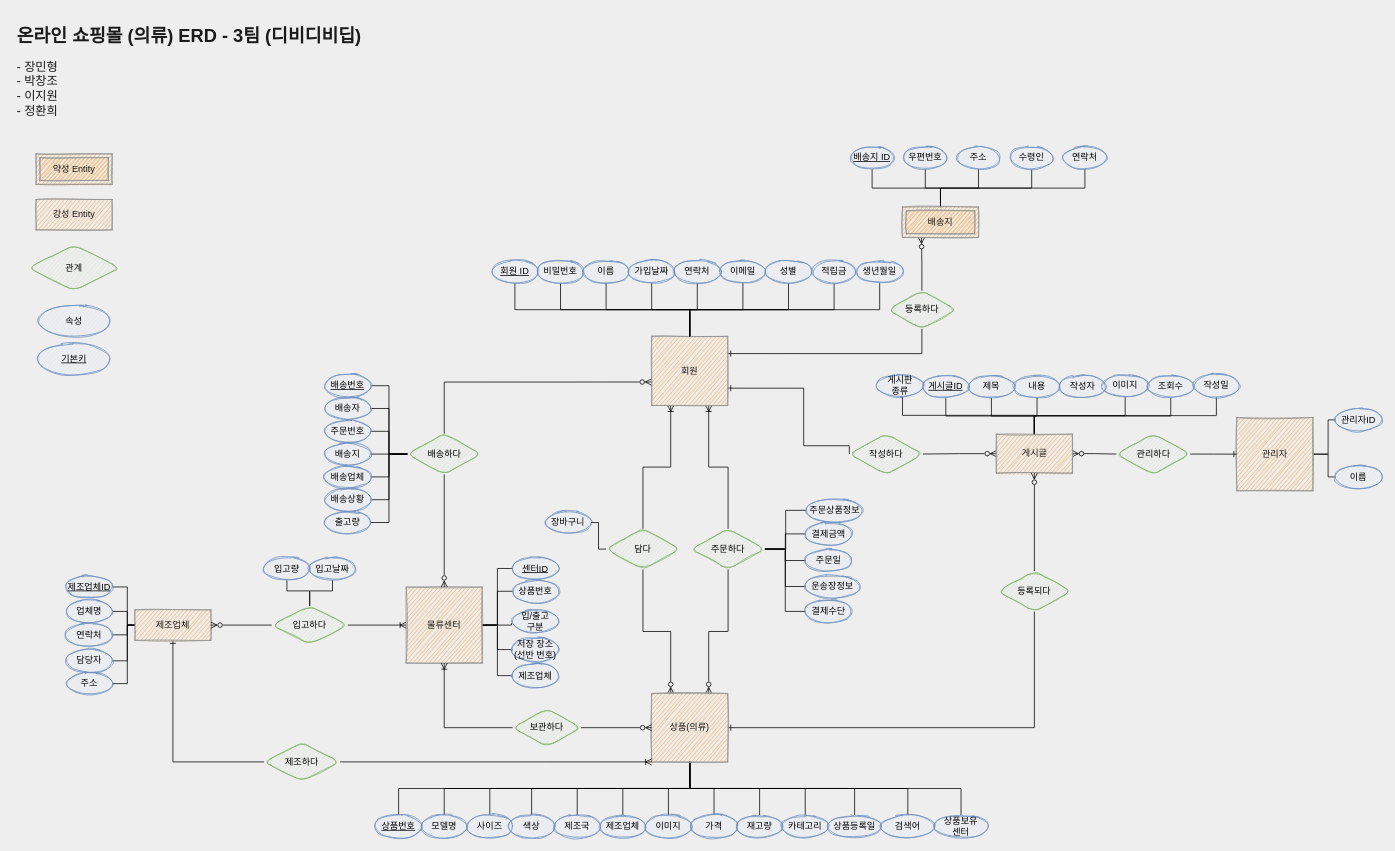
Earlier version of the draw.io diagram page "새로만든ER" (3 of 3) of Untitled Diagram.drawio (pcjo1202/DataBase-design). Source tidied: cells renumbered, new cells numbered last; positions are measured from the earlier drawing's top-left corner, leaving out a move shared by most shapes. Both pictures are drawn from the tidied source at 76%, with x=0, y=0 at pixel (13, 21).
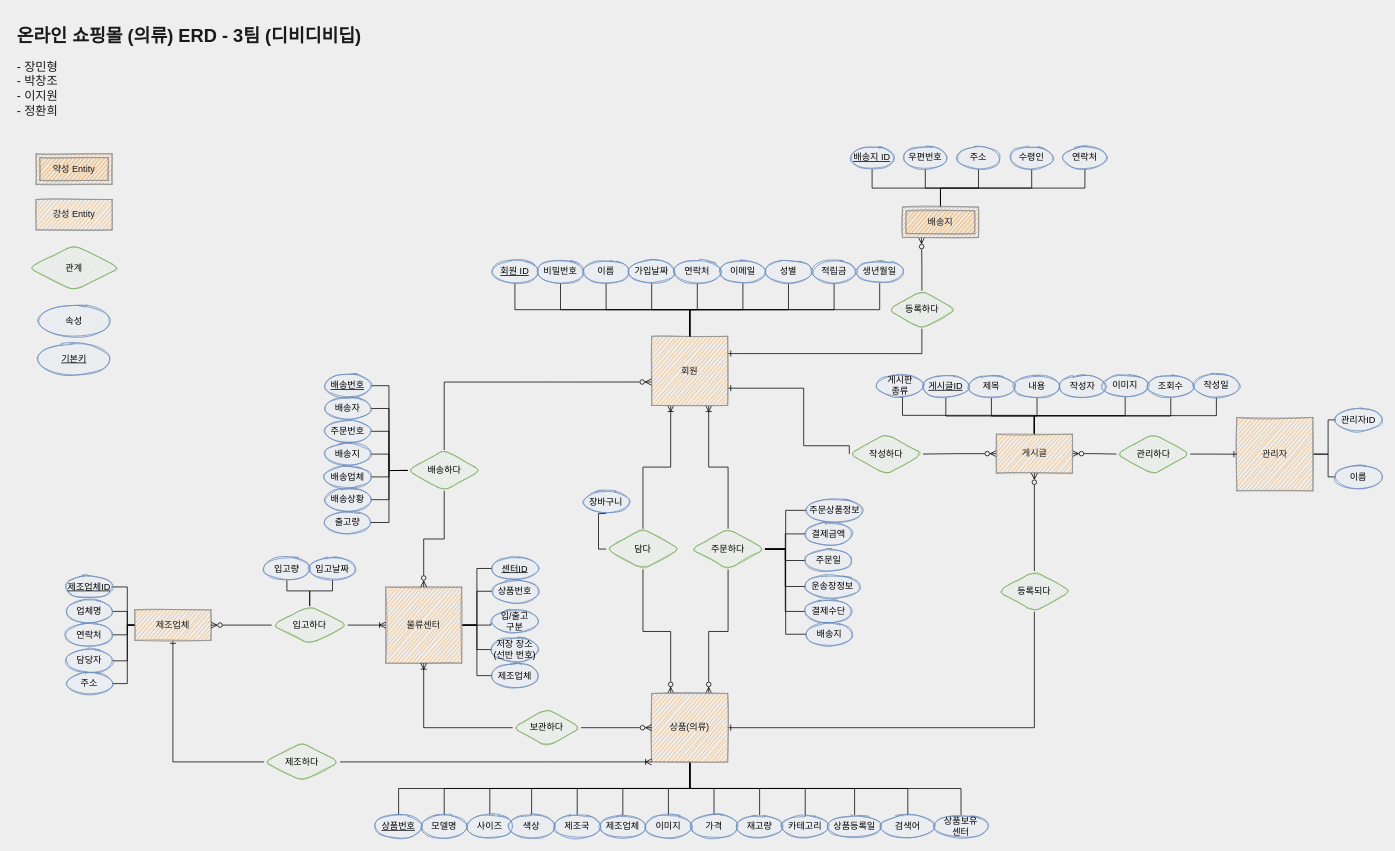
The same page after the edit.

Unchanged cells that the change refers to:
```xml
<mxCell id="10" value="주문하다" style="shape=rhombus;perimeter=rhombusPerimeter;whiteSpace=wrap;html=1;align=center;fillColor=#d5e8d4;strokeColor=#82b366;sketch=1;rounded=1;" parent="1" vertex="1">
  <mxGeometry x="892" y="668.2" width="97" height="53.5" as="geometry" />
</mxCell>
<mxCell id="169" value="담다" style="shape=rhombus;perimeter=rhombusPerimeter;whiteSpace=wrap;html=1;align=center;fillColor=#d5e8d4;strokeColor=#82b366;sketch=1;rounded=1;" parent="1" vertex="1">
  <mxGeometry x="780" y="668.2" width="97" height="53.5" as="geometry" />
</mxCell>
```

Diff of the diagram source:
```diff
@@
+    <mxCell id="170" style="edgeStyle=orthogonalEdgeStyle;rounded=0;jettySize=auto;html=1;exitX=1;exitY=0.5;exitDx=0;exitDy=0;entryX=0;entryY=0.5;entryDx=0;entryDy=0;startArrow=none;startFill=0;endArrow=none;endFill=0;" parent="1" edge="1" source="10" target="172">
+      <mxGeometry relative="1" as="geometry" />
+    </mxCell>
@@
     <mxCell id="63" value="물류센터" style="whiteSpace=wrap;html=1;align=center;rounded=0;sketch=1;fontColor=#1A1A1A;strokeColor=#909090;fillColor=#F5AB50;" parent="1" vertex="1">
-      <mxGeometry x="517" y="745" width="100" height="100" as="geometry" />
+      <mxGeometry x="490" y="745" width="100" height="100" as="geometry" />
     </mxCell>
@@
     <mxCell id="81" value="배송하다" style="shape=rhombus;perimeter=rhombusPerimeter;whiteSpace=wrap;html=1;align=center;fillColor=#d5e8d4;strokeColor=#82b366;sketch=1;rounded=1;" parent="1" vertex="1">
-      <mxGeometry x="518.5" y="543.2" width="97" height="53.5" as="geometry" />
+      <mxGeometry x="518.5" y="564.8" width="97" height="53.5" as="geometry" />
     </mxCell>
@@
     <mxCell id="141" value="센터ID" style="ellipse;whiteSpace=wrap;html=1;align=center;fontStyle=4;rounded=0;sketch=1;strokeColor=#6c8ebf;fillColor=#dae8fc;" parent="1" vertex="1">
-      <mxGeometry x="657" y="705.5" width="60" height="30" as="geometry" />
+      <mxGeometry x="630" y="705.5" width="60" height="30" as="geometry" />
     </mxCell>
     <mxCell id="142" value="상품번호" style="ellipse;whiteSpace=wrap;html=1;align=center;rounded=0;sketch=1;strokeColor=#6c8ebf;fillColor=#dae8fc;" parent="1" vertex="1">
-      <mxGeometry x="657" y="735.5" width="60" height="30" as="geometry" />
+      <mxGeometry x="630" y="735.5" width="60" height="30" as="geometry" />
     </mxCell>
     <mxCell id="143" value="입/출고&lt;br&gt;구분" style="ellipse;whiteSpace=wrap;html=1;align=center;rounded=0;sketch=1;strokeColor=#6c8ebf;fillColor=#dae8fc;" parent="1" vertex="1">
-      <mxGeometry x="657" y="775" width="60" height="30" as="geometry" />
+      <mxGeometry x="630" y="775" width="60" height="30" as="geometry" />
     </mxCell>
@@
     <mxCell id="145" value="저장 장소&lt;br&gt;(선반 번호)" style="ellipse;whiteSpace=wrap;html=1;align=center;rounded=0;sketch=1;strokeColor=#6c8ebf;fillColor=#dae8fc;" parent="1" vertex="1">
-      <mxGeometry x="657" y="812.2" width="60" height="30" as="geometry" />
+      <mxGeometry x="630" y="812.2" width="60" height="30" as="geometry" />
     </mxCell>
     <mxCell id="146" value="제조업체" style="ellipse;whiteSpace=wrap;html=1;align=center;rounded=0;sketch=1;strokeColor=#6c8ebf;fillColor=#dae8fc;" parent="1" vertex="1">
-      <mxGeometry x="657" y="846.5" width="60" height="30" as="geometry" />
+      <mxGeometry x="630" y="846.5" width="60" height="30" as="geometry" />
     </mxCell>
@@
+    <mxCell id="171" style="edgeStyle=orthogonalEdgeStyle;rounded=0;jettySize=auto;html=1;exitX=0.5;exitY=1;exitDx=0;exitDy=0;entryX=0;entryY=0.5;entryDx=0;entryDy=0;startArrow=none;startFill=0;endArrow=none;endFill=0;" parent="1" edge="1" source="167" target="169">
+      <mxGeometry relative="1" as="geometry">
+        <Array as="points">
+          <mxPoint x="770" y="695" />
+        </Array>
+      </mxGeometry>
+    </mxCell>
     <mxCell id="167" value="장바구니" style="ellipse;whiteSpace=wrap;html=1;align=center;rounded=0;sketch=1;strokeColor=#6c8ebf;fillColor=#dae8fc;" parent="1" vertex="1">
-      <mxGeometry x="700" y="645" width="60" height="30" as="geometry" />
+      <mxGeometry x="750" y="618.2" width="60" height="30" as="geometry" />
     </mxCell>
-    <mxCell id="168" style="edgeStyle=orthogonalEdgeStyle;rounded=0;jettySize=auto;html=1;exitX=0;exitY=0.5;exitDx=0;exitDy=0;entryX=1;entryY=0.5;entryDx=0;entryDy=0;startArrow=none;startFill=0;endArrow=none;endFill=0;" parent="1" edge="1" source="169" target="167">
-      <mxGeometry relative="1" as="geometry">
-        <Array as="points">
-          <mxPoint x="770" y="695" />
-          <mxPoint x="770" y="660" />
-        </Array>
-      </mxGeometry>
-    </mxCell>
@@
+    <mxCell id="172" value="배송지" style="ellipse;whiteSpace=wrap;html=1;align=center;rounded=0;sketch=1;strokeColor=#6c8ebf;fillColor=#dae8fc;" parent="1" vertex="1">
+      <mxGeometry x="1043.5" y="792" width="60" height="30" as="geometry" />
+    </mxCell>
```
